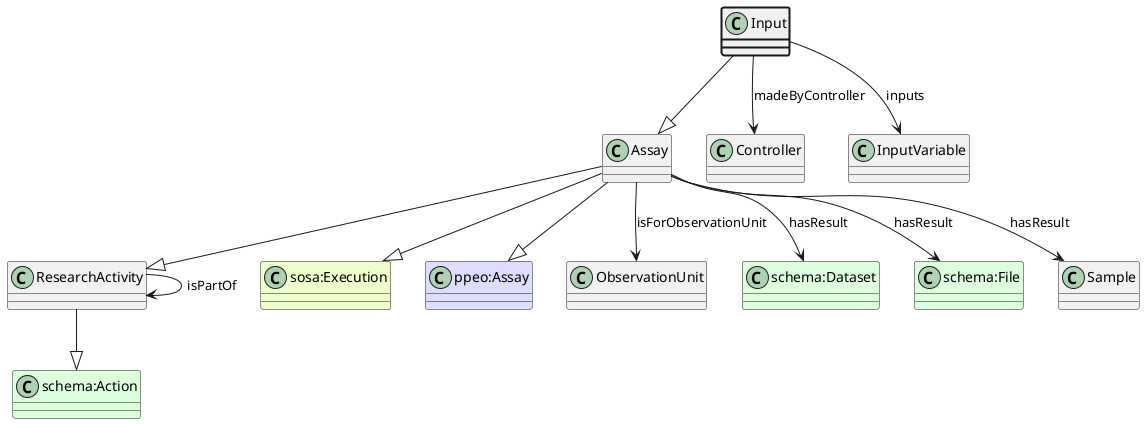
This is ttl_uml/ttl_appn_Input.png from aus-plant-phenomics-network/appn-schema, a PlantUML export, as it was before one commit.
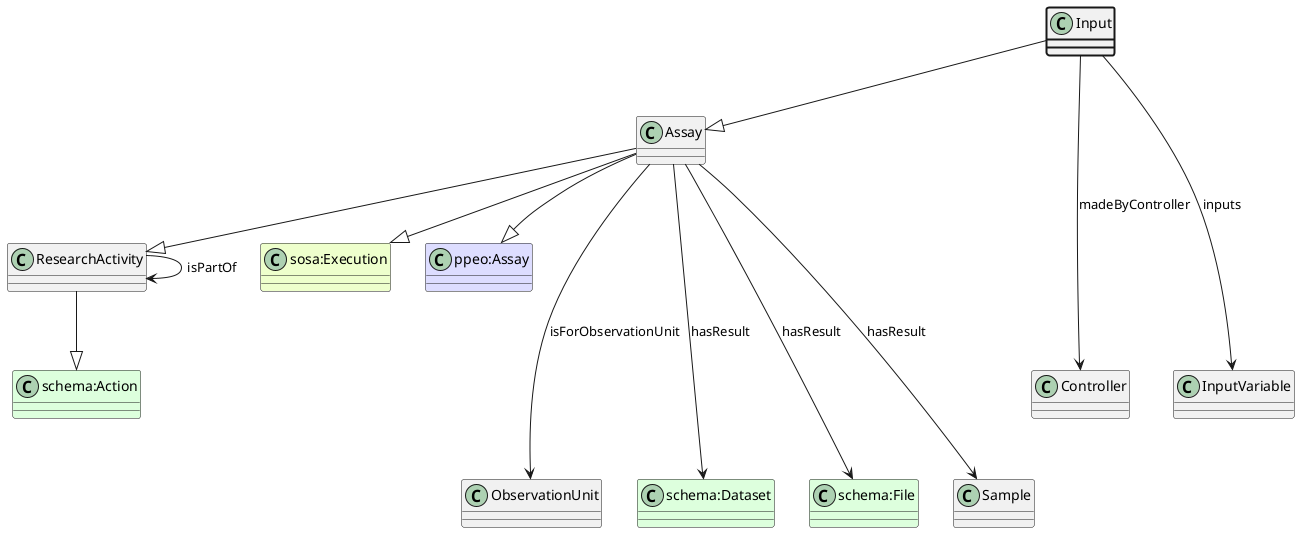
Later version of the same file.

The edit, as a diff of the source:
```diff
@@ -5,23 +5,23 @@
 class "schema:Action" #DDFFDD
 ResearchActivity --|> "schema:Action"
 class ResearchActivity
-ResearchActivity --> ResearchActivity : isPartOf
+ResearchActivity ----> ResearchActivity : isPartOf
 Assay --|> ResearchActivity
 class "sosa:Execution" #EEFFCC
 Assay --|> "sosa:Execution"
 class "ppeo:Assay" #DDDDFF
 Assay --|> "ppeo:Assay"
 class ObservationUnit
-Assay --> ObservationUnit : isForObservationUnit
+Assay ----> ObservationUnit : isForObservationUnit
 class "schema:Dataset" #DDFFDD
-Assay --> "schema:Dataset" : hasResult
+Assay ----> "schema:Dataset" : hasResult
 class "schema:File" #DDFFDD
-Assay --> "schema:File" : hasResult
+Assay ----> "schema:File" : hasResult
 class Sample
-Assay --> Sample : hasResult
+Assay ----> Sample : hasResult
 Input --|> Assay
 class Controller
-Input --> Controller : madeByController
+Input ----> Controller : madeByController
 class InputVariable
-Input --> InputVariable : inputs
+Input ----> InputVariable : inputs
 @enduml
```
